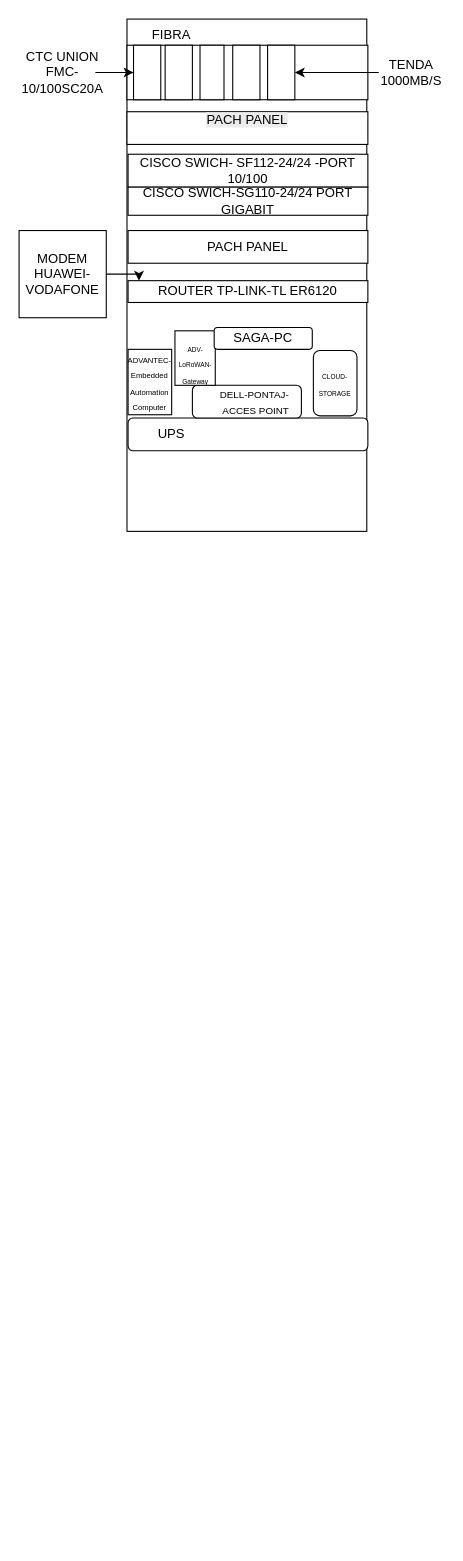
The draw.io diagram page "Page-3" (3 of 3) of Untitled Diagram.drawio in TomaAndreeaCristina/proiect_final, before the edit. Source tidied: cells renumbered, new cells numbered last; positions are measured from the earlier drawing's top-left corner, leaving out a move shared by most shapes. Both pictures are drawn from the tidied source at 109%, with x=0, y=0 at pixel (19, 19).
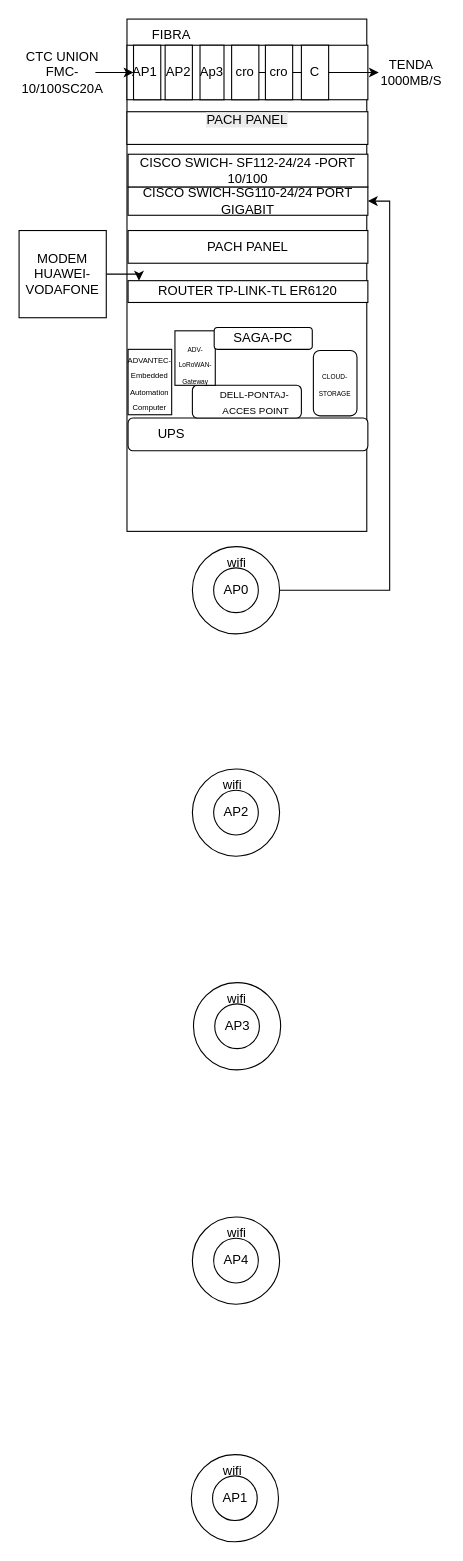
The same diagram, later.

The change refers to these unchanged cells:
```xml
<mxCell id="17" value="CISCO SWICH-SG110-24/24 PORT GIGABIT" style="rounded=0;whiteSpace=wrap;html=1;" parent="1" vertex="1">
  <mxGeometry x="100" y="154" width="220" height="26" as="geometry" />
</mxCell>
<mxCell id="30" value="TENDA 1000MB/S" style="text;html=1;whiteSpace=wrap;strokeColor=none;fillColor=none;align=center;verticalAlign=middle;rounded=0;" parent="1" vertex="1">
  <mxGeometry x="330" y="34" width="60" height="30" as="geometry" />
</mxCell>
```

Change to the diagram source:
```diff
@@
-    <mxCell id="22" style="rounded=0;whiteSpace=wrap;html=1;direction=south;" parent="1" vertex="1">
+    <mxCell id="22" value="AP1&lt;span style=&quot;white-space: pre;&quot;&gt;&#9;&lt;/span&gt;" style="rounded=0;whiteSpace=wrap;html=1;direction=south;" parent="1" vertex="1">
       <mxGeometry x="105" y="24" width="25" height="50" as="geometry" />
     </mxCell>
-    <mxCell id="23" style="rounded=0;whiteSpace=wrap;html=1;direction=south;" parent="1" vertex="1">
+    <mxCell id="23" value="AP2" style="rounded=0;whiteSpace=wrap;html=1;direction=south;" parent="1" vertex="1">
       <mxGeometry x="134" y="24" width="25" height="50" as="geometry" />
     </mxCell>
-    <mxCell id="24" style="rounded=0;whiteSpace=wrap;html=1;direction=south;" parent="1" vertex="1">
+    <mxCell id="24" value="Ap3" style="rounded=0;whiteSpace=wrap;html=1;direction=south;" parent="1" vertex="1">
       <mxGeometry x="166" y="24" width="22" height="50" as="geometry" />
     </mxCell>
+    <mxCell id="31" style="edgeStyle=orthogonalEdgeStyle;rounded=0;jettySize=auto;html=1;" parent="1" edge="1" source="25" target="30">
+      <mxGeometry relative="1" as="geometry" />
+    </mxCell>
-    <mxCell id="25" style="rounded=0;whiteSpace=wrap;html=1;direction=south;" parent="1" vertex="1">
-      <mxGeometry x="196" y="24" width="25" height="50" as="geometry" />
+    <mxCell id="25" value="cro" style="rounded=0;whiteSpace=wrap;html=1;direction=south;" parent="1" vertex="1">
+      <mxGeometry x="195" y="24" width="25" height="50" as="geometry" />
     </mxCell>
-    <mxCell id="26" style="rounded=0;whiteSpace=wrap;html=1;direction=south;" parent="1" vertex="1">
-      <mxGeometry x="228" y="24" width="25" height="50" as="geometry" />
+    <mxCell id="26" value="C" style="rounded=0;whiteSpace=wrap;html=1;direction=south;" parent="1" vertex="1">
+      <mxGeometry x="259" y="24" width="25" height="50" as="geometry" />
     </mxCell>
@@
-    <mxCell id="29" style="edgeStyle=orthogonalEdgeStyle;rounded=0;jettySize=auto;html=1;" parent="1" edge="1" source="30" target="26">
-      <mxGeometry relative="1" as="geometry" />
-    </mxCell>
@@
+    <mxCell id="32" value="cro" style="rounded=0;whiteSpace=wrap;html=1;direction=south;" parent="1" vertex="1">
+      <mxGeometry x="226" y="24" width="25" height="50" as="geometry" />
+    </mxCell>
+    <mxCell id="33" style="edgeStyle=orthogonalEdgeStyle;rounded=0;jettySize=auto;html=1;entryX=1;entryY=0.5;entryDx=0;entryDy=0;" parent="1" edge="1" source="34" target="17">
+      <mxGeometry relative="1" as="geometry">
+        <Array as="points">
+          <mxPoint x="340" y="524" />
+          <mxPoint x="340" y="167" />
+        </Array>
+      </mxGeometry>
+    </mxCell>
+    <mxCell id="34" style="ellipse;whiteSpace=wrap;html=1;" parent="1" vertex="1">
+      <mxGeometry x="159" y="484" width="80" height="80" as="geometry" />
+    </mxCell>
+    <mxCell id="35" value="AP0" style="ellipse;whiteSpace=wrap;html=1;" parent="1" vertex="1">
+      <mxGeometry x="178.5" y="503.5" width="41" height="41" as="geometry" />
+    </mxCell>
+    <mxCell id="36" style="ellipse;whiteSpace=wrap;html=1;" parent="1" vertex="1">
+      <mxGeometry x="159" y="688" width="80" height="80" as="geometry" />
+    </mxCell>
+    <mxCell id="37" value="AP2" style="ellipse;whiteSpace=wrap;html=1;" parent="1" vertex="1">
+      <mxGeometry x="178.5" y="707.5" width="41" height="41" as="geometry" />
+    </mxCell>
+    <mxCell id="38" style="ellipse;whiteSpace=wrap;html=1;" parent="1" vertex="1">
+      <mxGeometry x="160" y="884" width="80" height="80" as="geometry" />
+    </mxCell>
+    <mxCell id="39" value="AP3" style="ellipse;whiteSpace=wrap;html=1;" parent="1" vertex="1">
+      <mxGeometry x="179.5" y="903.5" width="41" height="41" as="geometry" />
+    </mxCell>
+    <mxCell id="40" style="ellipse;whiteSpace=wrap;html=1;" parent="1" vertex="1">
+      <mxGeometry x="159" y="1099" width="80" height="80" as="geometry" />
+    </mxCell>
+    <mxCell id="41" value="AP4" style="ellipse;whiteSpace=wrap;html=1;" parent="1" vertex="1">
+      <mxGeometry x="178.5" y="1118.5" width="41" height="41" as="geometry" />
+    </mxCell>
+    <mxCell id="42" style="ellipse;whiteSpace=wrap;html=1;" parent="1" vertex="1">
+      <mxGeometry x="158" y="1317" width="80" height="80" as="geometry" />
+    </mxCell>
+    <mxCell id="43" value="AP1" style="ellipse;whiteSpace=wrap;html=1;" parent="1" vertex="1">
+      <mxGeometry x="177.5" y="1336.5" width="41" height="41" as="geometry" />
+    </mxCell>
+    <mxCell id="44" value="wifi" style="text;html=1;whiteSpace=wrap;strokeColor=none;fillColor=none;align=center;verticalAlign=middle;rounded=0;" parent="1" vertex="1">
+      <mxGeometry x="170" y="484" width="60" height="30" as="geometry" />
+    </mxCell>
+    <mxCell id="45" value="wifi" style="text;html=1;whiteSpace=wrap;strokeColor=none;fillColor=none;align=center;verticalAlign=middle;rounded=0;" parent="1" vertex="1">
+      <mxGeometry x="166" y="688" width="60" height="30" as="geometry" />
+    </mxCell>
+    <mxCell id="46" value="wifi" style="text;html=1;whiteSpace=wrap;strokeColor=none;fillColor=none;align=center;verticalAlign=middle;rounded=0;" parent="1" vertex="1">
+      <mxGeometry x="170" y="884" width="60" height="30" as="geometry" />
+    </mxCell>
+    <mxCell id="47" value="wifi" style="text;html=1;whiteSpace=wrap;strokeColor=none;fillColor=none;align=center;verticalAlign=middle;rounded=0;" parent="1" vertex="1">
+      <mxGeometry x="170" y="1099" width="60" height="30" as="geometry" />
+    </mxCell>
+    <mxCell id="48" value="wifi" style="text;html=1;whiteSpace=wrap;strokeColor=none;fillColor=none;align=center;verticalAlign=middle;rounded=0;" parent="1" vertex="1">
+      <mxGeometry x="166" y="1317" width="60" height="30" as="geometry" />
+    </mxCell>
```
